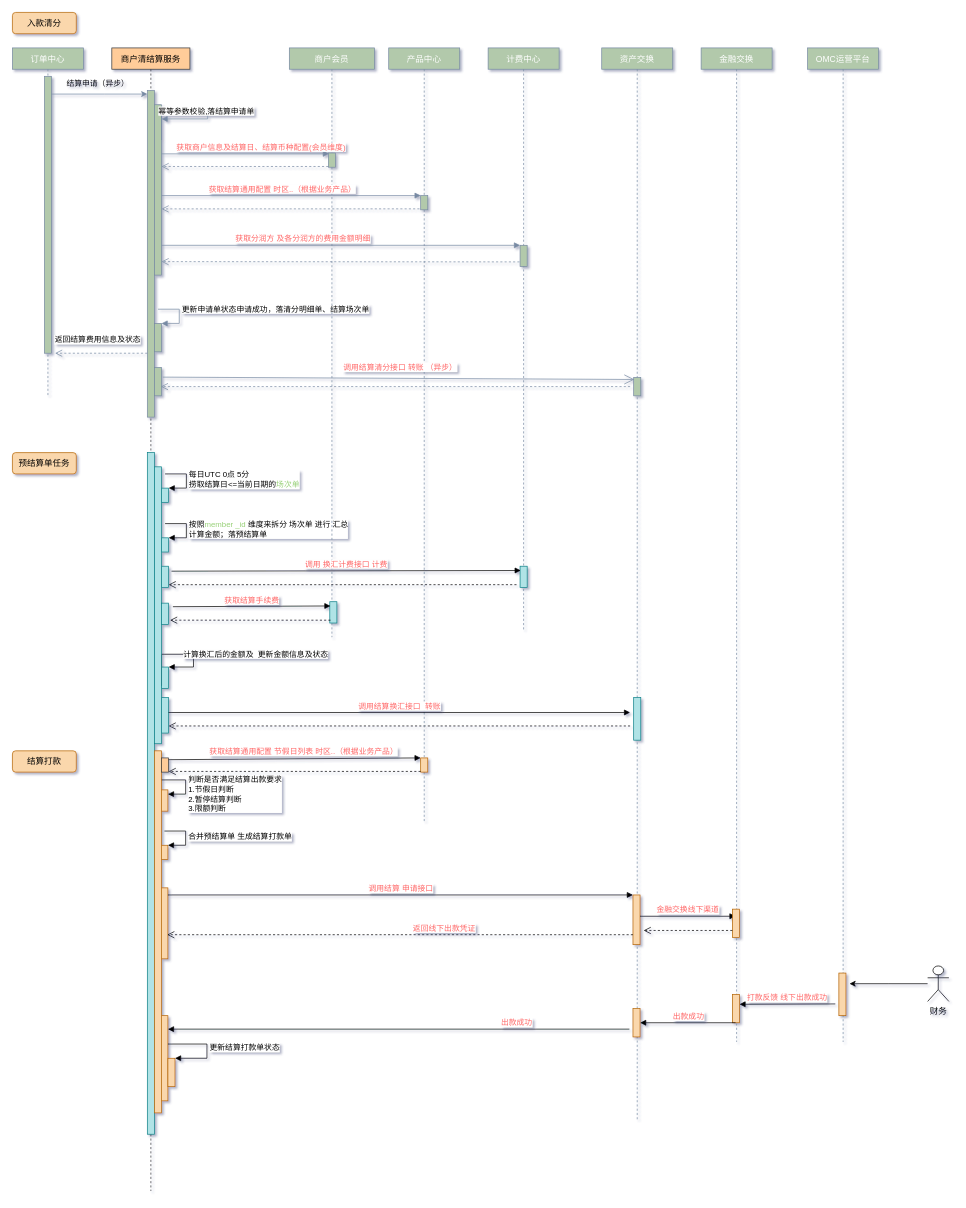
DominicElvira/Diagrams keeps this draw.io diagram as merchant-settle/Untitled Diagram.drawio. Above is the earlier version. Source tidied: cells renumbered, new cells numbered last; positions are measured from the earlier drawing's top-left corner, leaving out a move shared by most shapes. Both pictures are drawn from the tidied source at 71%, with x=0, y=0 at pixel (12, 12).
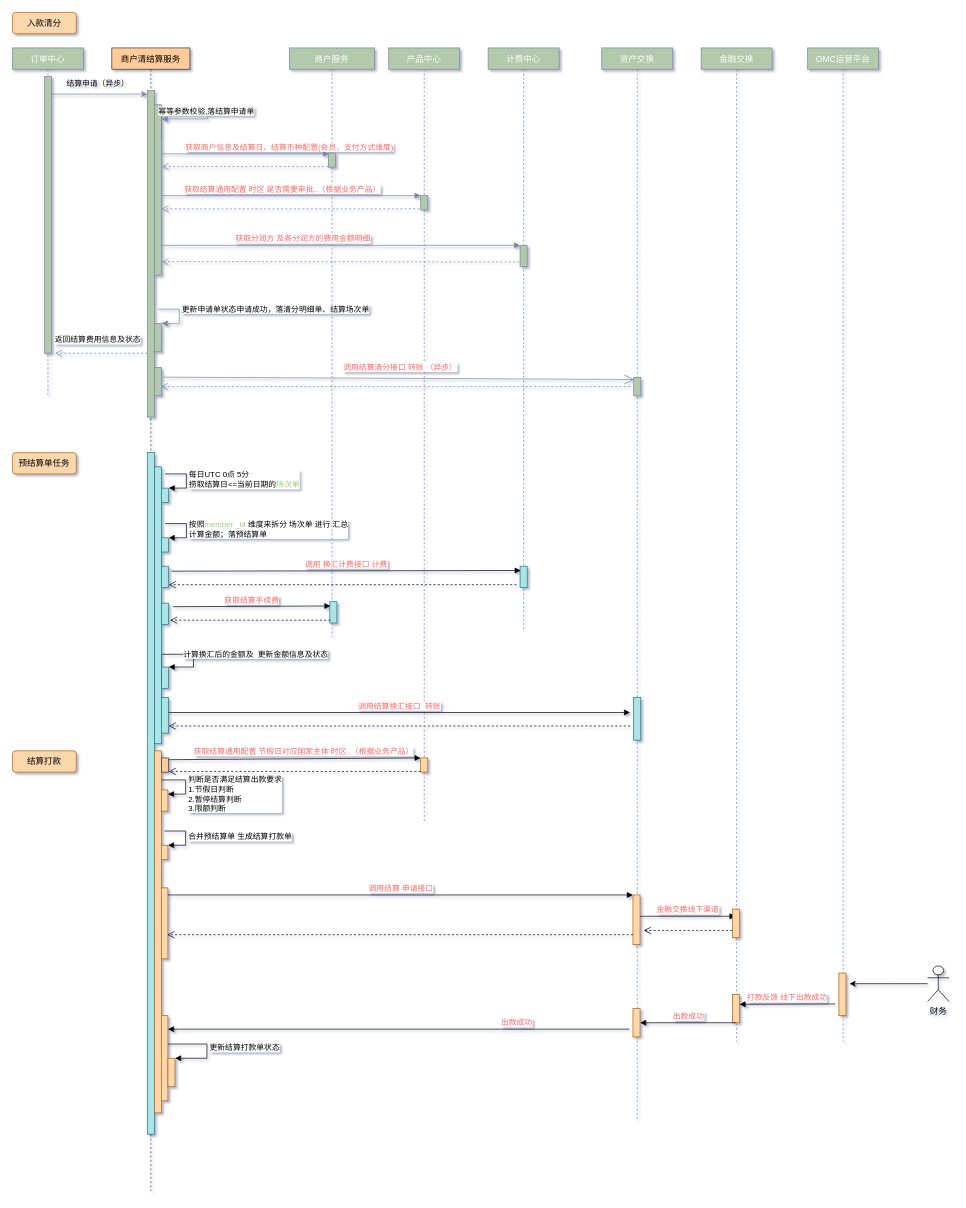
After the change.

Unchanged cells that the change refers to:
```xml
<mxCell id="25" style="html=1;points=[];perimeter=orthogonalPerimeter;fillColor=#fad7ac;strokeColor=#b46504;" parent="4" vertex="1">
  <mxGeometry x="69" y="1183" width="10" height="100" as="geometry" />
</mxCell>
<mxCell id="31" style="html=1;points=[];perimeter=orthogonalPerimeter;fillColor=#ffcc99;strokeColor=#36393d;" parent="4" vertex="1">
  <mxGeometry x="70" y="1000" width="10" height="20" as="geometry" />
</mxCell>
<mxCell id="39" style="html=1;points=[];perimeter=orthogonalPerimeter;fillColor=#fad7ac;strokeColor=#b46504;" parent="35" vertex="1">
  <mxGeometry x="44" y="1193" width="10" height="70" as="geometry" />
</mxCell>
<mxCell id="43" style="html=1;points=[];perimeter=orthogonalPerimeter;fontSize=11;fontColor=#000000;strokeColor=#788AA3;fillColor=#B2C9AB;" parent="42" vertex="1">
  <mxGeometry x="55" y="148" width="10" height="20" as="geometry" />
</mxCell>
<mxCell id="50" style="html=1;points=[];perimeter=orthogonalPerimeter;fillColor=#fad7ac;strokeColor=#b46504;" parent="48" vertex="1">
  <mxGeometry x="45" y="1000" width="10" height="20" as="geometry" />
</mxCell>
```

The edit, as a diff of the source:
```diff
@@
-    <mxCell id="42" value="商户会员" style="shape=umlLifeline;perimeter=lifelinePerimeter;shadow=0;strokeWidth=1;fillColor=#B2C9AB;strokeColor=#788AA3;fontColor=#FFFFFF;rounded=0;size=30;" parent="1" vertex="1">
+    <mxCell id="42" value="商户服务" style="shape=umlLifeline;perimeter=lifelinePerimeter;shadow=0;strokeWidth=1;fillColor=#B2C9AB;strokeColor=#788AA3;fontColor=#FFFFFF;rounded=0;size=30;" parent="1" vertex="1">
       <mxGeometry x="390" y="50" width="120" height="830" as="geometry" />
     </mxCell>
@@
-    <mxCell id="46" value="&lt;font color=&quot;#ff6666&quot;&gt;获取商户信息及结算日、结算币种配置(会员维度)&lt;/font&gt;" style="html=1;verticalAlign=bottom;endArrow=block;fontSize=11;fontColor=#000000;strokeColor=#788AA3;fillColor=#B2C9AB;curved=0;entryX=0.083;entryY=0.058;entryDx=0;entryDy=0;entryPerimeter=0;strokeWidth=1;jumpStyle=none;" parent="1" edge="1" target="43">
-      <mxGeometry x="0.19" relative="1" as="geometry">
+    <mxCell id="46" value="&lt;font color=&quot;#ff6666&quot;&gt;获取商户信息及结算日、结算币种配置(会员、支付方式维度)&lt;/font&gt;" style="html=1;verticalAlign=bottom;endArrow=block;fontSize=11;fontColor=#000000;strokeColor=#788AA3;fillColor=#B2C9AB;curved=0;entryX=0.083;entryY=0.058;entryDx=0;entryDy=0;entryPerimeter=0;strokeWidth=1;jumpStyle=none;" parent="1" edge="1" target="43">
+      <mxGeometry x="0.53" relative="1" as="geometry">
         <mxPoint x="210" y="199.2" as="sourcePoint" />
       </mxGeometry>
     </mxCell>
@@
-    <mxCell id="51" value="&lt;font color=&quot;#ff6666&quot;&gt;获取结算通用配置 时区..（根据&lt;/font&gt;&lt;span style=&quot;color: rgb(255 , 102 , 102)&quot;&gt;业务产品&lt;/span&gt;&lt;font color=&quot;#ff6666&quot;&gt;）&lt;/font&gt;" style="html=1;verticalAlign=bottom;endArrow=block;entryX=0;entryY=0;fontSize=11;fontColor=#000000;strokeColor=#788AA3;fillColor=#B2C9AB;curved=0;jumpStyle=none;" parent="1" edge="1">
+    <mxCell id="51" value="&lt;font color=&quot;#ff6666&quot;&gt;获取结算通用配置 时区 是否需要审批..（根据&lt;/font&gt;&lt;span style=&quot;color: rgb(255 , 102 , 102)&quot;&gt;业务产品&lt;/span&gt;&lt;font color=&quot;#ff6666&quot;&gt;）&lt;/font&gt;" style="html=1;verticalAlign=bottom;endArrow=block;entryX=0;entryY=0;fontSize=11;fontColor=#000000;strokeColor=#788AA3;fillColor=#B2C9AB;curved=0;jumpStyle=none;" parent="1" edge="1">
       <mxGeometry x="-0.07" relative="1" as="geometry">
         <mxPoint x="210" y="258" as="sourcePoint" />
         <mxPoint x="575" y="258" as="targetPoint" />
       </mxGeometry>
     </mxCell>
@@
-    <mxCell id="67" value="&lt;font color=&quot;#ff6666&quot;&gt;返回线下出款凭证&lt;/font&gt;" style="html=1;verticalAlign=bottom;endArrow=open;dashed=1;endSize=8;exitX=0;exitY=0.8;rounded=0;fontColor=#000000;exitDx=0;exitDy=0;exitPerimeter=0;entryX=0.9;entryY=0.66;entryDx=0;entryDy=0;entryPerimeter=0;" parent="1" edge="1" source="39" target="25">
+    <mxCell id="67" value="&lt;font color=&quot;#ff6666&quot;&gt;&lt;br&gt;&lt;/font&gt;" style="html=1;verticalAlign=bottom;endArrow=open;dashed=1;endSize=8;exitX=0;exitY=0.8;rounded=0;fontColor=#000000;exitDx=0;exitDy=0;exitPerimeter=0;entryX=0.9;entryY=0.66;entryDx=0;entryDy=0;entryPerimeter=0;" parent="1" edge="1" source="39" target="25">
       <mxGeometry x="-0.19" relative="1" as="geometry" />
     </mxCell>
@@
-    <mxCell id="80" value="&lt;font color=&quot;#ff6666&quot;&gt;获取结算通用配置 节假日列表 时区..（根据&lt;/font&gt;&lt;span style=&quot;color: rgb(255 , 102 , 102)&quot;&gt;业务产品&lt;/span&gt;&lt;font color=&quot;#ff6666&quot;&gt;）&lt;/font&gt;" style="html=1;verticalAlign=bottom;endArrow=block;entryX=0;entryY=0;rounded=0;exitX=1;exitY=0.125;exitDx=0;exitDy=0;exitPerimeter=0;" parent="1" edge="1" source="31" target="50">
+    <mxCell id="80" value="&lt;font color=&quot;#ff6666&quot;&gt;获取结算通用配置 节假日对应国家主体 时区..（根据&lt;/font&gt;&lt;span style=&quot;color: rgb(255 , 102 , 102)&quot;&gt;业务产品&lt;/span&gt;&lt;font color=&quot;#ff6666&quot;&gt;）&lt;/font&gt;" style="html=1;verticalAlign=bottom;endArrow=block;entryX=0;entryY=0;rounded=0;exitX=1;exitY=0.125;exitDx=0;exitDy=0;exitPerimeter=0;" parent="1" edge="1" source="31" target="50">
       <mxGeometry x="0.07" y="1" relative="1" as="geometry" />
     </mxCell>
```
